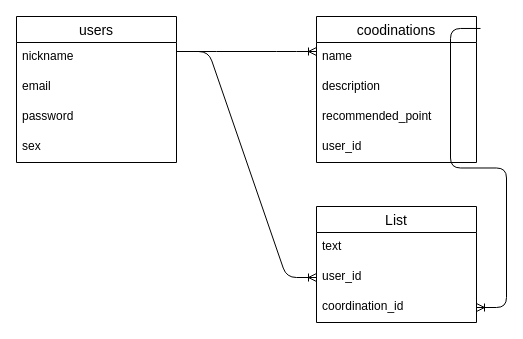
The draw.io diagram test.dio in tora1000/wewear, before the edit. Source tidied: cells renumbered, new cells numbered last; positions are measured from the earlier drawing's top-left corner, leaving out a move shared by most shapes. Both pictures are drawn from the tidied source at 100%, with x=0, y=0 at pixel (16, 16).
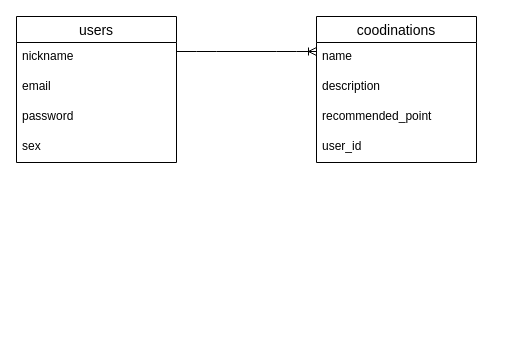
Above is the later version.

Diff of the diagram source:
```diff
@@
 <mxGraphModel>
   <root>
     <mxCell id="0" />
     <mxCell id="1" parent="0" />
     <mxCell id="2" style="edgeStyle=entityRelationEdgeStyle;fontSize=12;html=1;endArrow=ERoneToMany;exitX=1;exitY=0.5;exitDx=0;exitDy=0;entryX=0;entryY=0.5;entryDx=0;entryDy=0;" parent="1" edge="1">
       <mxGeometry relative="1" as="geometry">
         <mxPoint x="160" y="35" as="sourcePoint" />
         <mxPoint x="300" y="35" as="targetPoint" />
       </mxGeometry>
     </mxCell>
     <mxCell id="3" value="users" style="swimlane;fontStyle=0;horizontal=1;startSize=26;align=center;fontSize=14;" parent="1" vertex="1">
       <mxGeometry width="160" height="146" as="geometry" />
     </mxCell>
     <mxCell id="4" value="nickname" style="text;strokeColor=none;fillColor=none;spacingLeft=4;spacingRight=4;overflow=hidden;points=[[0,0.5],[1,0.5]];portConstraint=eastwest;fontSize=12;" parent="3" vertex="1">
       <mxGeometry y="26" width="160" height="30" as="geometry" />
     </mxCell>
     <mxCell id="5" value="email" style="text;strokeColor=none;fillColor=none;spacingLeft=4;spacingRight=4;overflow=hidden;fontSize=12;" parent="3" vertex="1">
       <mxGeometry y="56" width="160" height="30" as="geometry" />
     </mxCell>
     <mxCell id="6" value="password" style="text;strokeColor=none;fillColor=none;spacingLeft=4;spacingRight=4;overflow=hidden;fontSize=12;" parent="3" vertex="1">
       <mxGeometry y="86" width="160" height="30" as="geometry" />
     </mxCell>
     <mxCell id="7" value="sex" style="text;strokeColor=none;fillColor=none;spacingLeft=4;spacingRight=4;overflow=hidden;fontSize=12;" parent="3" vertex="1">
       <mxGeometry y="116" width="160" height="30" as="geometry" />
     </mxCell>
     <mxCell id="8" value="coodinations" style="swimlane;fontStyle=0;horizontal=1;startSize=26;align=center;fontSize=14;" parent="1" vertex="1">
       <mxGeometry x="300" width="160" height="146" as="geometry" />
     </mxCell>
     <mxCell id="9" value="name" style="text;strokeColor=none;fillColor=none;spacingLeft=4;spacingRight=4;overflow=hidden;fontSize=12;" parent="8" vertex="1">
       <mxGeometry y="26" width="160" height="30" as="geometry" />
     </mxCell>
     <mxCell id="10" value="description" style="text;strokeColor=none;fillColor=none;spacingLeft=4;spacingRight=4;overflow=hidden;fontSize=12;" parent="8" vertex="1">
       <mxGeometry y="56" width="160" height="30" as="geometry" />
     </mxCell>
     <mxCell id="11" value="recommended_point&#10;" style="text;strokeColor=none;fillColor=none;spacingLeft=4;spacingRight=4;overflow=hidden;fontSize=12;" parent="8" vertex="1">
       <mxGeometry y="86" width="160" height="30" as="geometry" />
     </mxCell>
     <mxCell id="12" value="user_id" style="text;strokeColor=none;fillColor=none;spacingLeft=4;spacingRight=4;overflow=hidden;fontSize=12;" parent="8" vertex="1">
       <mxGeometry y="116" width="160" height="30" as="geometry" />
     </mxCell>
-    <mxCell id="13" style="edgeStyle=entityRelationEdgeStyle;fontSize=12;html=1;endArrow=ERoneToMany;exitX=1.013;exitY=0.3;exitDx=0;exitDy=0;exitPerimeter=0;entryX=0;entryY=0.5;entryDx=0;entryDy=0;" parent="1" edge="1" source="4" target="16">
-      <mxGeometry relative="1" as="geometry" />
-    </mxCell>
-    <mxCell id="14" value="List" style="swimlane;fontStyle=0;horizontal=1;startSize=26;align=center;fontSize=14;" parent="1" vertex="1">
-      <mxGeometry x="300" y="190" width="160" height="116" as="geometry" />
-    </mxCell>
-    <mxCell id="15" value="text" style="text;strokeColor=none;fillColor=none;spacingLeft=4;spacingRight=4;overflow=hidden;fontSize=12;" parent="14" vertex="1">
-      <mxGeometry y="26" width="160" height="30" as="geometry" />
-    </mxCell>
-    <mxCell id="16" value="user_id" style="text;strokeColor=none;fillColor=none;spacingLeft=4;spacingRight=4;overflow=hidden;points=[[0,0.5],[1,0.5]];portConstraint=eastwest;fontSize=12;" parent="14" vertex="1">
-      <mxGeometry y="56" width="160" height="30" as="geometry" />
-    </mxCell>
-    <mxCell id="17" value="coordination_id" style="text;strokeColor=none;fillColor=none;spacingLeft=4;spacingRight=4;overflow=hidden;points=[[0,0.5],[1,0.5]];portConstraint=eastwest;fontSize=12;" parent="14" vertex="1">
-      <mxGeometry y="86" width="160" height="30" as="geometry" />
-    </mxCell>
-    <mxCell id="18" style="edgeStyle=entityRelationEdgeStyle;fontSize=12;html=1;endArrow=ERoneToMany;exitX=1.025;exitY=0.082;exitDx=0;exitDy=0;exitPerimeter=0;" parent="1" edge="1" source="8" target="17">
-      <mxGeometry relative="1" as="geometry" />
-    </mxCell>
   </root>
 </mxGraphModel>
```
